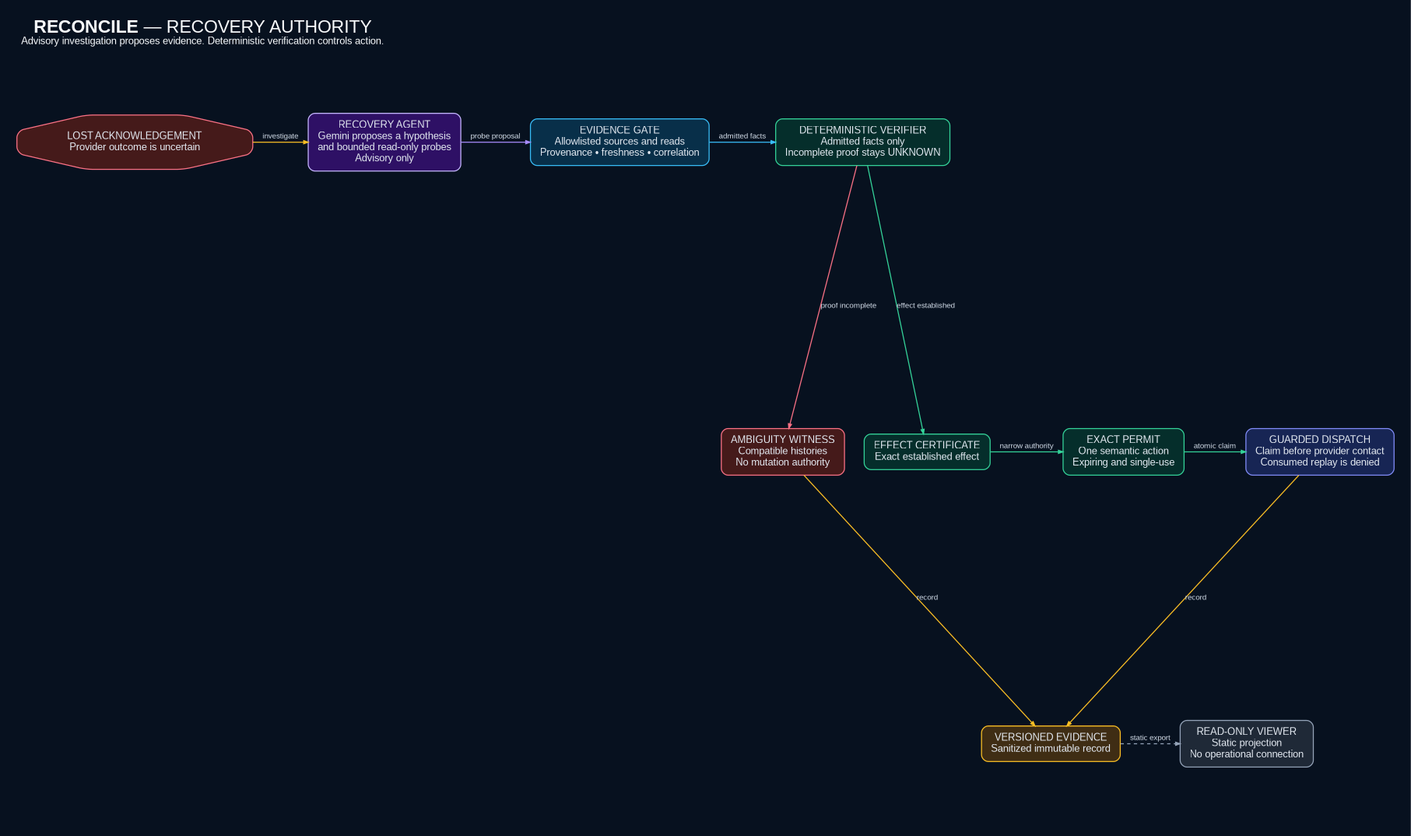
Earlier version of the Graphviz export docs/architecture.png (OCHOLA-EDDYPHIL/reconcile). Its source is kept beside it as docs/architecture.dot.
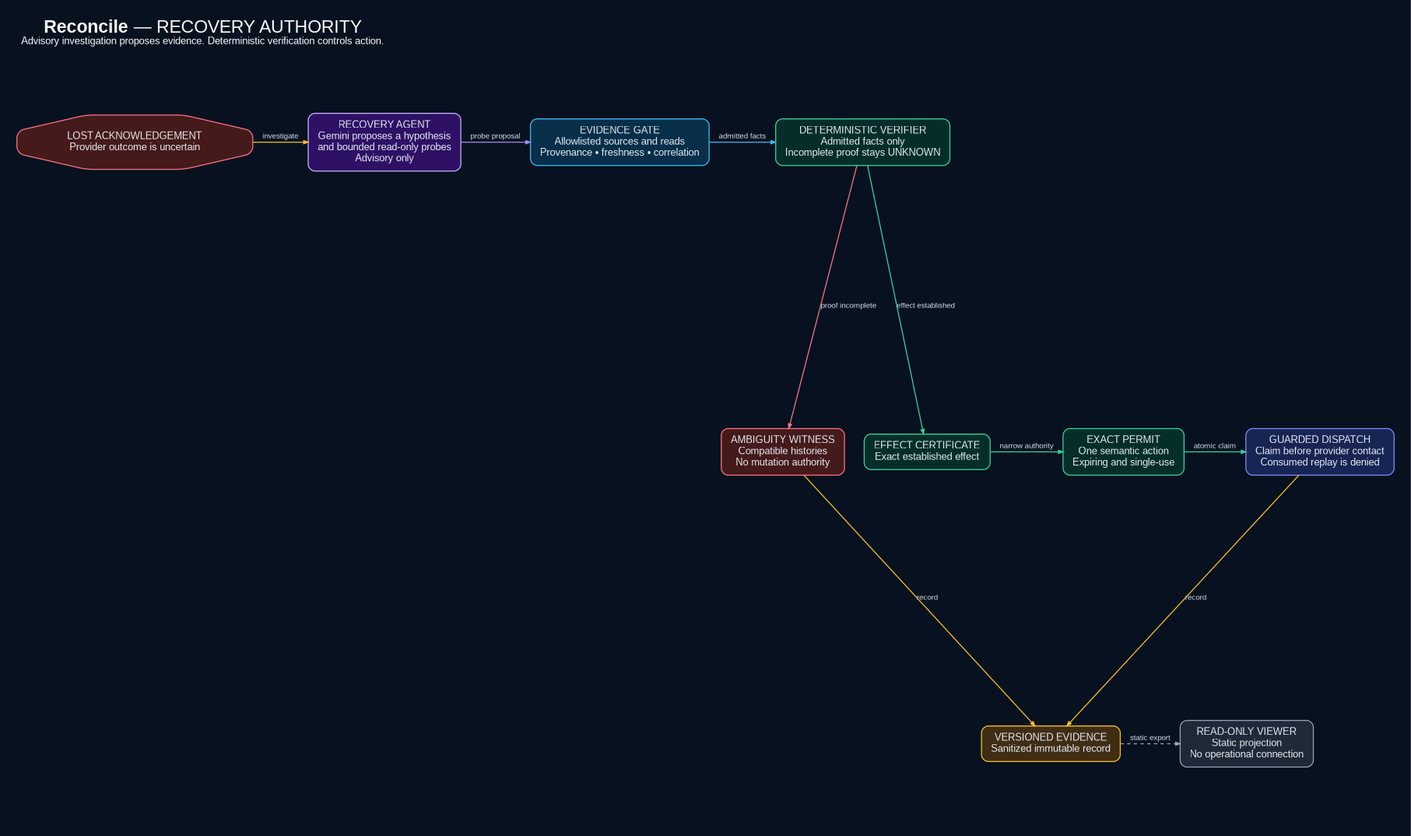
The same diagram one commit later.

What changed in the source:
```diff
@@ -2,7 +2,7 @@
   graph [
     bgcolor="#07111f",
     fontname="Liberation Sans",
-    label=<<FONT POINT-SIZE="32"><B>RECONCILE</B> — RECOVERY AUTHORITY</FONT><BR/><FONT POINT-SIZE="18">Advisory investigation proposes evidence. Deterministic verification controls action.</FONT>>,
+    label=<<FONT POINT-SIZE="32"><B>Reconcile</B> — RECOVERY AUTHORITY</FONT><BR/><FONT POINT-SIZE="18">Advisory investigation proposes evidence. Deterministic verification controls action.</FONT>>,
     labelloc="t",
     labeljust="l",
     fontcolor="#f8fafc",
```
